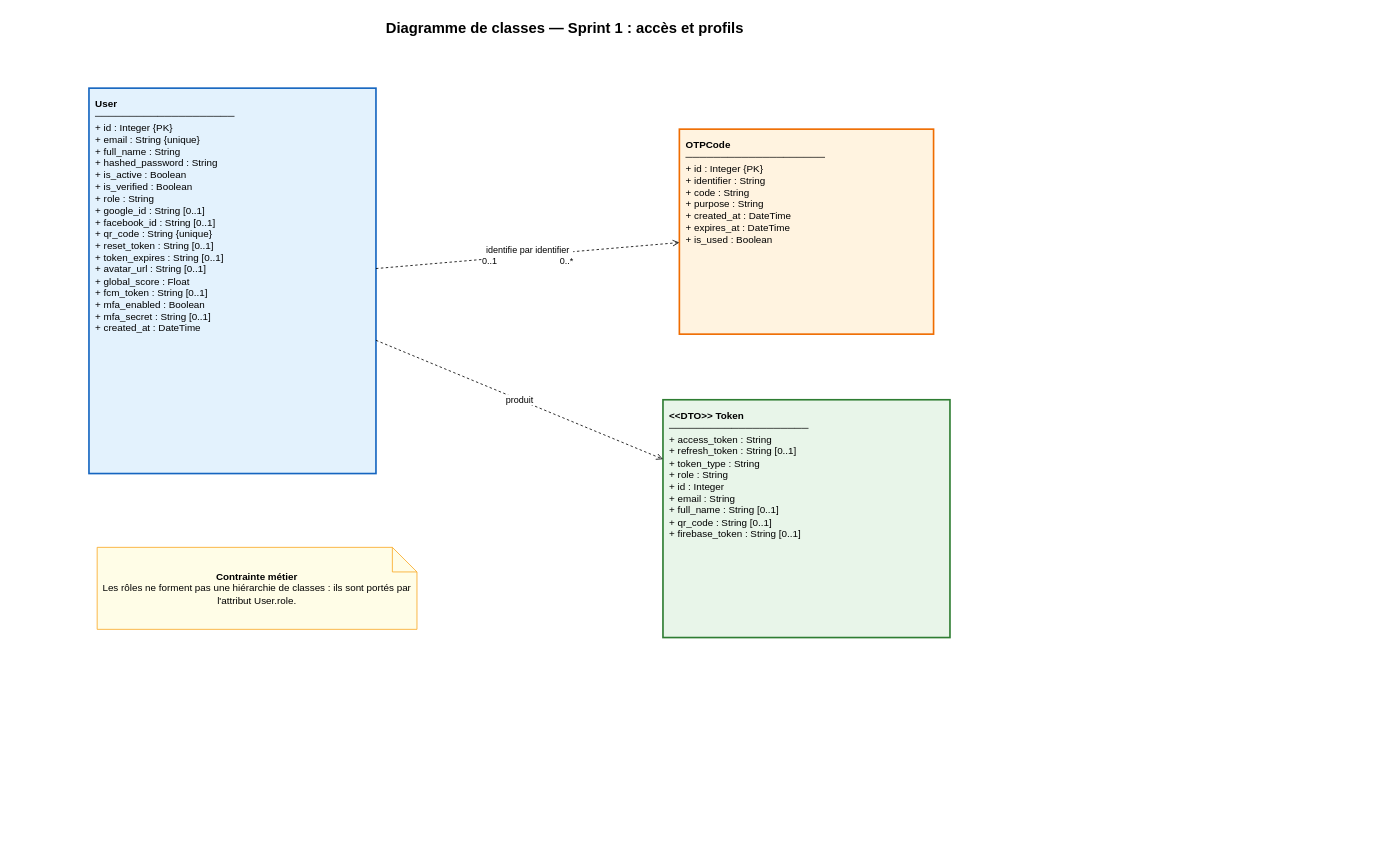
Before: class_sprint1_access.drawio in ahmedbs94/dechet, a draw.io diagram. Source tidied: cells renumbered, new cells numbered last; positions are measured from the earlier drawing's top-left corner, leaving out a move shared by most shapes. Both pictures are drawn from the tidied source at 82%, with x=0, y=0 at pixel (89, 14).
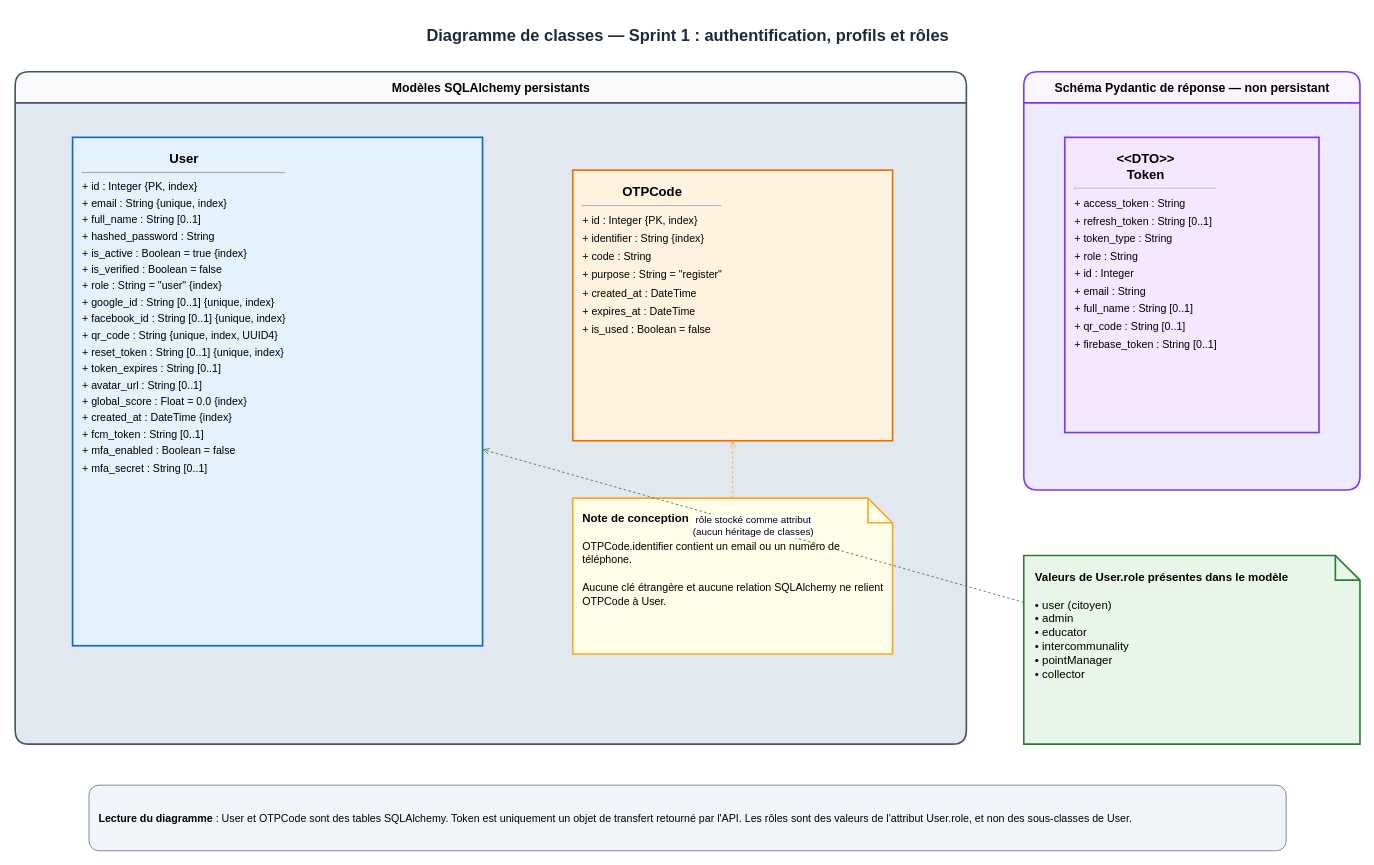
The same diagram, later.

Commit message:
docs: correct Sprint 1 class diagram to match SQLAlchemy models

Diff of the diagram source:
```diff
@@
-<mxGraphModel>
+<mxGraphModel background="#FFFFFF">
   <root>
     <mxCell id="0" />
     <mxCell id="1" parent="0" />
-    <mxCell id="2" value="&lt;b&gt;Diagramme de classes — Sprint 1 : accès et profils&lt;/b&gt;" style="text;html=1;align=center;fontSize=18;" parent="1" vertex="1">
-      <mxGeometry x="230" width="700" height="40" as="geometry" />
+    <mxCell id="2" value="&lt;b&gt;Diagramme de classes — Sprint 1 : authentification, profils et rôles&lt;/b&gt;" style="text;html=1;align=center;verticalAlign=middle;fontSize=20;fontColor=#1f2937;" parent="1" vertex="1">
+      <mxGeometry x="160" width="1140" height="50" as="geometry" />
     </mxCell>
+    <mxCell id="9" value="&lt;b&gt;Modèles SQLAlchemy persistants&lt;/b&gt;" style="swimlane;html=1;horizontal=1;startSize=38;rounded=1;strokeWidth=2;fillColor=#f8fafc;swimlaneFillColor=#e2e8f0;strokeColor=#475569;fontSize=15;" parent="1" vertex="1">
+      <mxGeometry x="-90" y="70" width="1160" height="820" as="geometry" />
+    </mxCell>
-    <mxCell id="3" value="&lt;b&gt;User&lt;/b&gt;&lt;br&gt;────────────────────&lt;br&gt;+ id : Integer {PK}&lt;br&gt;+ email : String {unique}&lt;br&gt;+ full_name : String&lt;br&gt;+ hashed_password : String&lt;br&gt;+ is_active : Boolean&lt;br&gt;+ is_verified : Boolean&lt;br&gt;+ role : String&lt;br&gt;+ google_id : String [0..1]&lt;br&gt;+ facebook_id : String [0..1]&lt;br&gt;+ qr_code : String {unique}&lt;br&gt;+ reset_token : String [0..1]&lt;br&gt;+ token_expires : String [0..1]&lt;br&gt;+ avatar_url : String [0..1]&lt;br&gt;+ global_score : Float&lt;br&gt;+ fcm_token : String [0..1]&lt;br&gt;+ mfa_enabled : Boolean&lt;br&gt;+ mfa_secret : String [0..1]&lt;br&gt;+ created_at : DateTime" style="shape=rectangle;whiteSpace=wrap;html=1;align=left;verticalAlign=top;spacing=8;strokeWidth=2;fillColor=#e3f2fd;strokeColor=#1565c0;fontSize=12;" parent="1" vertex="1">
-      <mxGeometry y="90" width="350" height="470" as="geometry" />
+    <mxCell id="3" value="&lt;div style=&quot;text-align:center;font-size:16px;&quot;&gt;&lt;b&gt;User&lt;/b&gt;&lt;/div&gt;&lt;hr&gt;&lt;div style=&quot;text-align:left;line-height:1.55;&quot;&gt;+ id : Integer {PK, index}&lt;br&gt;+ email : String {unique, index}&lt;br&gt;+ full_name : String [0..1]&lt;br&gt;+ hashed_password : String&lt;br&gt;+ is_active : Boolean = true {index}&lt;br&gt;+ is_verified : Boolean = false&lt;br&gt;+ role : String = &amp;quot;user&amp;quot; {index}&lt;br&gt;+ google_id : String [0..1] {unique, index}&lt;br&gt;+ facebook_id : String [0..1] {unique, index}&lt;br&gt;+ qr_code : String {unique, index, UUID4}&lt;br&gt;+ reset_token : String [0..1] {unique, index}&lt;br&gt;+ token_expires : String [0..1]&lt;br&gt;+ avatar_url : String [0..1]&lt;br&gt;+ global_score : Float = 0.0 {index}&lt;br&gt;+ created_at : DateTime {index}&lt;br&gt;+ fcm_token : String [0..1]&lt;br&gt;+ mfa_enabled : Boolean = false&lt;br&gt;+ mfa_secret : String [0..1]&lt;/div&gt;" style="shape=rectangle;whiteSpace=wrap;html=1;align=left;verticalAlign=top;spacing=12;strokeWidth=2;fillColor=#e3f2fd;strokeColor=#1565c0;fontSize=13;rounded=0;" parent="1" vertex="1">
+      <mxGeometry x="-20" y="150" width="500" height="620" as="geometry" />
     </mxCell>
-    <mxCell id="4" value="&lt;b&gt;OTPCode&lt;/b&gt;&lt;br&gt;────────────────────&lt;br&gt;+ id : Integer {PK}&lt;br&gt;+ identifier : String&lt;br&gt;+ code : String&lt;br&gt;+ purpose : String&lt;br&gt;+ created_at : DateTime&lt;br&gt;+ expires_at : DateTime&lt;br&gt;+ is_used : Boolean" style="shape=rectangle;whiteSpace=wrap;html=1;align=left;verticalAlign=top;spacing=8;strokeWidth=2;fillColor=#fff3e0;strokeColor=#ef6c00;fontSize=12;" parent="1" vertex="1">
-      <mxGeometry x="720" y="140" width="310" height="250" as="geometry" />
+    <mxCell id="4" value="&lt;div style=&quot;text-align:center;font-size:16px;&quot;&gt;&lt;b&gt;OTPCode&lt;/b&gt;&lt;/div&gt;&lt;hr&gt;&lt;div style=&quot;text-align:left;line-height:1.7;&quot;&gt;+ id : Integer {PK, index}&lt;br&gt;+ identifier : String {index}&lt;br&gt;+ code : String&lt;br&gt;+ purpose : String = &amp;quot;register&amp;quot;&lt;br&gt;+ created_at : DateTime&lt;br&gt;+ expires_at : DateTime&lt;br&gt;+ is_used : Boolean = false&lt;/div&gt;" style="shape=rectangle;whiteSpace=wrap;html=1;align=left;verticalAlign=top;spacing=12;strokeWidth=2;fillColor=#fff3e0;strokeColor=#ef6c00;fontSize=13;rounded=0;" parent="1" vertex="1">
+      <mxGeometry x="590" y="190" width="390" height="330" as="geometry" />
     </mxCell>
+    <mxCell id="10" value="&lt;b&gt;Note de conception&lt;/b&gt;&lt;br&gt;&lt;br&gt;&lt;font style=&quot;font-size:13px;&quot;&gt;OTPCode.identifier contient un email ou un numéro de téléphone.&lt;br&gt;&lt;br&gt;Aucune clé étrangère et aucune relation SQLAlchemy ne relient OTPCode à User.&lt;/font&gt;" style="shape=note;whiteSpace=wrap;html=1;align=left;verticalAlign=top;spacing=12;fillColor=#fffde7;strokeColor=#f9a825;strokeWidth=2;fontSize=14;" parent="1" vertex="1">
+      <mxGeometry x="590" y="590" width="390" height="190" as="geometry" />
+    </mxCell>
+    <mxCell id="11" style="dashed=1;endArrow=open;endFill=0;html=1;strokeColor=#f9a825;" parent="1" edge="1" source="10" target="4">
+      <mxGeometry relative="1" as="geometry" />
+    </mxCell>
+    <mxCell id="12" value="&lt;b&gt;Schéma Pydantic de réponse — non persistant&lt;/b&gt;" style="swimlane;html=1;horizontal=1;startSize=38;rounded=1;strokeWidth=2;fillColor=#faf5ff;swimlaneFillColor=#ede9fe;strokeColor=#7c3aed;fontSize=15;" parent="1" vertex="1">
+      <mxGeometry x="1140" y="70" width="410" height="510" as="geometry" />
+    </mxCell>
-    <mxCell id="5" value="&lt;b&gt;&amp;lt;&amp;lt;DTO&amp;gt;&amp;gt; Token&lt;/b&gt;&lt;br&gt;────────────────────&lt;br&gt;+ access_token : String&lt;br&gt;+ refresh_token : String [0..1]&lt;br&gt;+ token_type : String&lt;br&gt;+ role : String&lt;br&gt;+ id : Integer&lt;br&gt;+ email : String&lt;br&gt;+ full_name : String [0..1]&lt;br&gt;+ qr_code : String [0..1]&lt;br&gt;+ firebase_token : String [0..1]" style="shape=rectangle;whiteSpace=wrap;html=1;align=left;verticalAlign=top;spacing=8;strokeWidth=2;fillColor=#e8f5e9;strokeColor=#2e7d32;fontSize=12;" parent="1" vertex="1">
-      <mxGeometry x="700" y="470" width="350" height="290" as="geometry" />
+    <mxCell id="5" value="&lt;div style=&quot;text-align:center;font-size:16px;&quot;&gt;&lt;b&gt;&amp;lt;&amp;lt;DTO&amp;gt;&amp;gt;&lt;br&gt;Token&lt;/b&gt;&lt;/div&gt;&lt;hr&gt;&lt;div style=&quot;text-align:left;line-height:1.65;&quot;&gt;+ access_token : String&lt;br&gt;+ refresh_token : String [0..1]&lt;br&gt;+ token_type : String&lt;br&gt;+ role : String&lt;br&gt;+ id : Integer&lt;br&gt;+ email : String&lt;br&gt;+ full_name : String [0..1]&lt;br&gt;+ qr_code : String [0..1]&lt;br&gt;+ firebase_token : String [0..1]&lt;/div&gt;" style="shape=rectangle;whiteSpace=wrap;html=1;align=left;verticalAlign=top;spacing=12;strokeWidth=2;fillColor=#f3e8ff;strokeColor=#7c3aed;fontSize=13;rounded=0;" parent="1" vertex="1">
+      <mxGeometry x="1190" y="150" width="310" height="360" as="geometry" />
     </mxCell>
-    <mxCell id="6" value="&lt;b&gt;Contrainte métier&lt;/b&gt;&lt;br&gt;Les rôles ne forment pas une hiérarchie de classes : ils sont portés par l'attribut User.role." style="shape=note;whiteSpace=wrap;html=1;fillColor=#fffde7;strokeColor=#f9a825;fontSize=12;" parent="1" vertex="1">
-      <mxGeometry x="10" y="650" width="390" height="100" as="geometry" />
-    </mxCell>
-    <mxCell id="7" value="identifie par identifier&lt;br&gt;0..1                         0..*" style="dashed=1;endArrow=open;html=1;fontSize=11;" parent="1" edge="1" source="3" target="4">
-      <mxGeometry relative="1" as="geometry" />
-    </mxCell>
-    <mxCell id="8" value="produit" style="dashed=1;endArrow=open;html=1;fontSize=11;" parent="1" edge="1" source="3" target="5">
-      <mxGeometry relative="1" as="geometry" />
-    </mxCell>
+    <mxCell id="13" value="&lt;b&gt;Valeurs de User.role présentes dans le modèle&lt;/b&gt;&lt;br&gt;&lt;br&gt;• user (citoyen)&lt;br&gt;• admin&lt;br&gt;• educator&lt;br&gt;• intercommunality&lt;br&gt;• pointManager&lt;br&gt;• collector" style="shape=note;whiteSpace=wrap;html=1;align=left;verticalAlign=top;spacing=14;fillColor=#e8f5e9;strokeColor=#2e7d32;strokeWidth=2;fontSize=14;" parent="1" vertex="1">
+      <mxGeometry x="1140" y="660" width="410" height="230" as="geometry" />
+    </mxCell>
+    <mxCell id="14" value="rôle stocké comme attribut&lt;br&gt;(aucun héritage de classes)" style="dashed=1;endArrow=open;endFill=0;html=1;strokeColor=#2e7d32;fontSize=12;" parent="1" edge="1" source="13" target="3">
+      <mxGeometry relative="1" as="geometry" />
+    </mxCell>
+    <mxCell id="15" value="&lt;b&gt;Lecture du diagramme&lt;/b&gt; : User et OTPCode sont des tables SQLAlchemy. Token est uniquement un objet de transfert retourné par l'API. Les rôles sont des valeurs de l'attribut User.role, et non des sous-classes de User." style="rounded=1;whiteSpace=wrap;html=1;align=left;verticalAlign=middle;spacing=12;fillColor=#f1f5f9;strokeColor=#64748b;fontSize=13;" parent="1" vertex="1">
+      <mxGeometry y="940" width="1460" height="80" as="geometry" />
+    </mxCell>
   </root>
 </mxGraphModel>
```
